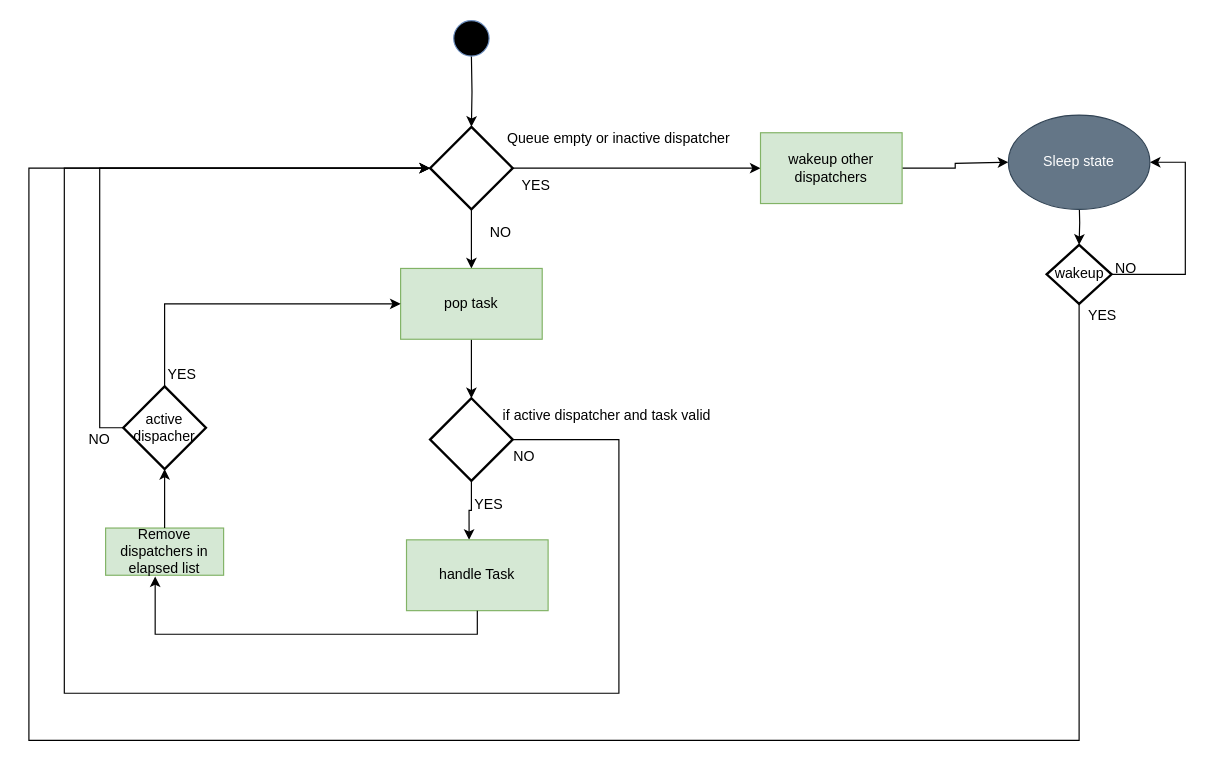
Earlier version of the draw.io diagram page "dl_main_worker" (9 of 14) of doc/SA cert/Design/performance.drawio (taikt/codefun). Source tidied: cells renumbered, new cells numbered last; positions are measured from the earlier drawing's top-left corner, leaving out a move shared by most shapes. Both pictures are drawn from the tidied source at 118%, with x=0, y=0 at pixel (28, 20).
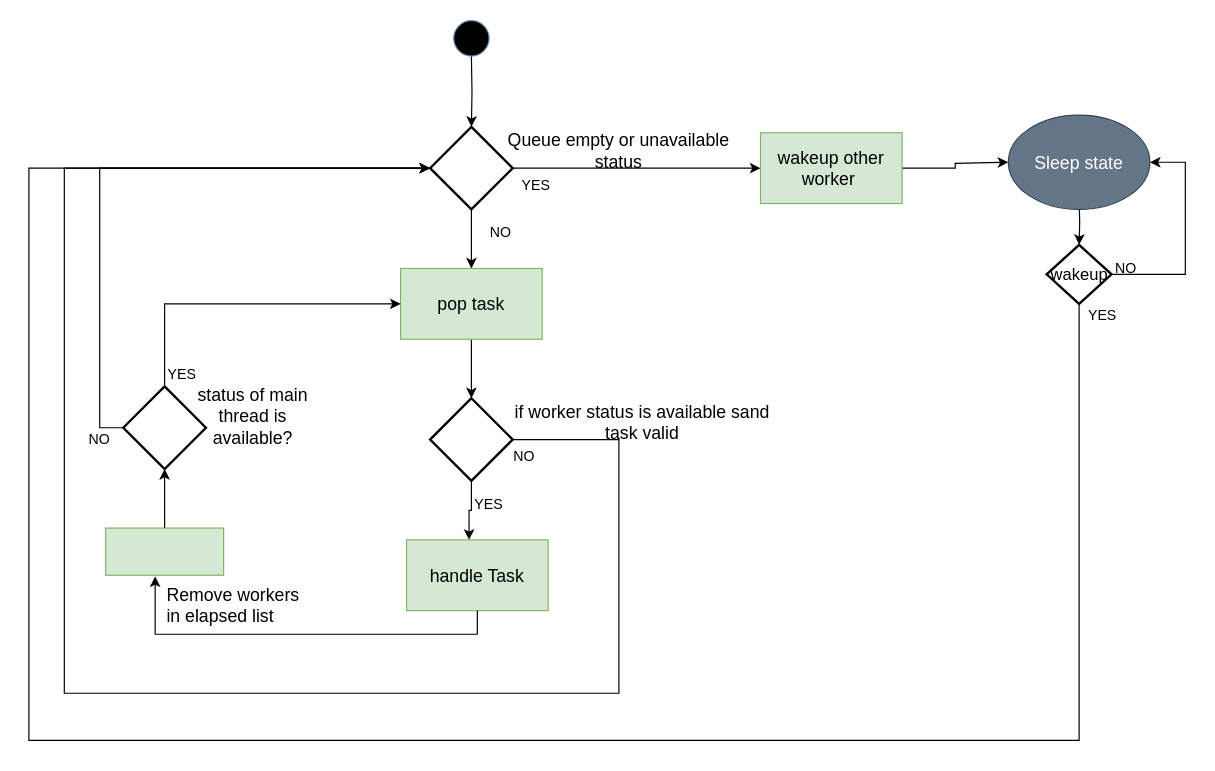
The same page after the edit.

The edit, as a diff of the source:
```diff
@@
-    <mxCell id="5" value="Queue empty or inactive dispatcher" style="text;html=1;strokeColor=none;fillColor=none;align=center;verticalAlign=middle;whiteSpace=wrap;rounded=0;" parent="1" vertex="1">
-      <mxGeometry x="390" y="90" width="220" height="20" as="geometry" />
+    <mxCell id="5" value="&lt;font style=&quot;font-size: 15px;&quot;&gt;Queue empty or unavailable status&lt;/font&gt;" style="text;html=1;strokeColor=none;fillColor=none;align=center;verticalAlign=middle;whiteSpace=wrap;rounded=0;" parent="1" vertex="1">
+      <mxGeometry x="390" y="100" width="220" height="20" as="geometry" />
     </mxCell>
@@
-    <mxCell id="7" value="wakeup other dispatchers" style="rounded=0;whiteSpace=wrap;html=1;fillColor=#d5e8d4;strokeColor=#82b366;" parent="1" vertex="1">
+    <mxCell id="7" value="&lt;font style=&quot;font-size: 15px;&quot;&gt;wakeup other worker&amp;nbsp;&lt;/font&gt;" style="rounded=0;whiteSpace=wrap;html=1;fillColor=#d5e8d4;strokeColor=#82b366;" parent="1" vertex="1">
       <mxGeometry x="620" y="95" width="120" height="60" as="geometry" />
     </mxCell>
@@
-    <mxCell id="11" value="pop task" style="rounded=0;whiteSpace=wrap;html=1;fillColor=#d5e8d4;strokeColor=#82b366;" parent="1" vertex="1">
+    <mxCell id="11" value="&lt;font style=&quot;font-size: 15px;&quot;&gt;pop task&lt;/font&gt;" style="rounded=0;whiteSpace=wrap;html=1;fillColor=#d5e8d4;strokeColor=#82b366;" parent="1" vertex="1">
       <mxGeometry x="315" y="210" width="120" height="60" as="geometry" />
     </mxCell>
@@
-    <mxCell id="16" value="if active dispatcher and task valid" style="text;html=1;strokeColor=none;fillColor=none;align=center;verticalAlign=middle;whiteSpace=wrap;rounded=0;" parent="1" vertex="1">
-      <mxGeometry x="380" y="325" width="220" height="20" as="geometry" />
+    <mxCell id="16" value="&lt;font style=&quot;font-size: 15px;&quot;&gt;if worker status is available sand task valid&lt;/font&gt;" style="text;html=1;strokeColor=none;fillColor=none;align=center;verticalAlign=middle;whiteSpace=wrap;rounded=0;" parent="1" vertex="1">
+      <mxGeometry x="410" y="330" width="220" height="20" as="geometry" />
     </mxCell>
-    <mxCell id="17" value="handle Task" style="rounded=0;whiteSpace=wrap;html=1;fillColor=#d5e8d4;strokeColor=#82b366;" parent="1" vertex="1">
+    <mxCell id="17" value="&lt;font style=&quot;font-size: 15px;&quot;&gt;handle Task&lt;/font&gt;" style="rounded=0;whiteSpace=wrap;html=1;fillColor=#d5e8d4;strokeColor=#82b366;" parent="1" vertex="1">
       <mxGeometry x="320" y="440" width="120" height="60" as="geometry" />
     </mxCell>
@@
-    <mxCell id="21" value="active dispacher" style="strokeWidth=2;html=1;shape=mxgraph.flowchart.decision;whiteSpace=wrap;fillColor=none;gradientColor=#ffffff;" parent="1" vertex="1">
+    <mxCell id="21" style="strokeWidth=2;html=1;shape=mxgraph.flowchart.decision;whiteSpace=wrap;fillColor=none;gradientColor=#ffffff;" parent="1" vertex="1">
       <mxGeometry x="80" y="310" width="70" height="70" as="geometry" />
     </mxCell>
@@
-    <mxCell id="26" value="wakeup" style="strokeWidth=2;html=1;shape=mxgraph.flowchart.decision;whiteSpace=wrap;fillColor=none;gradientColor=#ffffff;" parent="1" vertex="1">
+    <mxCell id="26" value="&lt;font style=&quot;font-size: 14px;&quot;&gt;wakeup&lt;/font&gt;" style="strokeWidth=2;html=1;shape=mxgraph.flowchart.decision;whiteSpace=wrap;fillColor=none;gradientColor=#ffffff;" parent="1" vertex="1">
       <mxGeometry x="862.5" y="190" width="55" height="50" as="geometry" />
     </mxCell>
@@
-    <mxCell id="31" value="Remove dispatchers in elapsed list" style="rounded=0;whiteSpace=wrap;html=1;fillColor=#d5e8d4;strokeColor=#82b366;" parent="1" vertex="1">
+    <mxCell id="31" style="rounded=0;whiteSpace=wrap;html=1;fillColor=#d5e8d4;strokeColor=#82b366;" parent="1" vertex="1">
       <mxGeometry x="65" y="430" width="100" height="40" as="geometry" />
     </mxCell>
@@
-    <mxCell id="34" value="Sleep state" style="ellipse;whiteSpace=wrap;html=1;fillColor=#647687;fontColor=#ffffff;strokeColor=#314354;" parent="1" vertex="1">
+    <mxCell id="34" value="&lt;font style=&quot;font-size: 15px;&quot;&gt;Sleep state&lt;/font&gt;" style="ellipse;whiteSpace=wrap;html=1;fillColor=#647687;fontColor=#ffffff;strokeColor=#314354;" parent="1" vertex="1">
       <mxGeometry x="830" y="80" width="120" height="80" as="geometry" />
     </mxCell>
@@
+    <mxCell id="36" value="&lt;font style=&quot;font-size: 15px;&quot;&gt;status of main thread is available?&lt;/font&gt;" style="text;html=1;strokeColor=none;fillColor=none;align=center;verticalAlign=middle;whiteSpace=wrap;rounded=0;" parent="1" vertex="1">
+      <mxGeometry x="140" y="320" width="100" height="30" as="geometry" />
+    </mxCell>
+    <mxCell id="37" value="&lt;font style=&quot;font-size: 15px;&quot;&gt;Remove workers in elapsed list&lt;/font&gt;" style="text;html=1;strokeColor=none;fillColor=none;align=left;verticalAlign=middle;whiteSpace=wrap;rounded=0;" parent="1" vertex="1">
+      <mxGeometry x="115" y="480" width="125" height="30" as="geometry" />
+    </mxCell>
```
